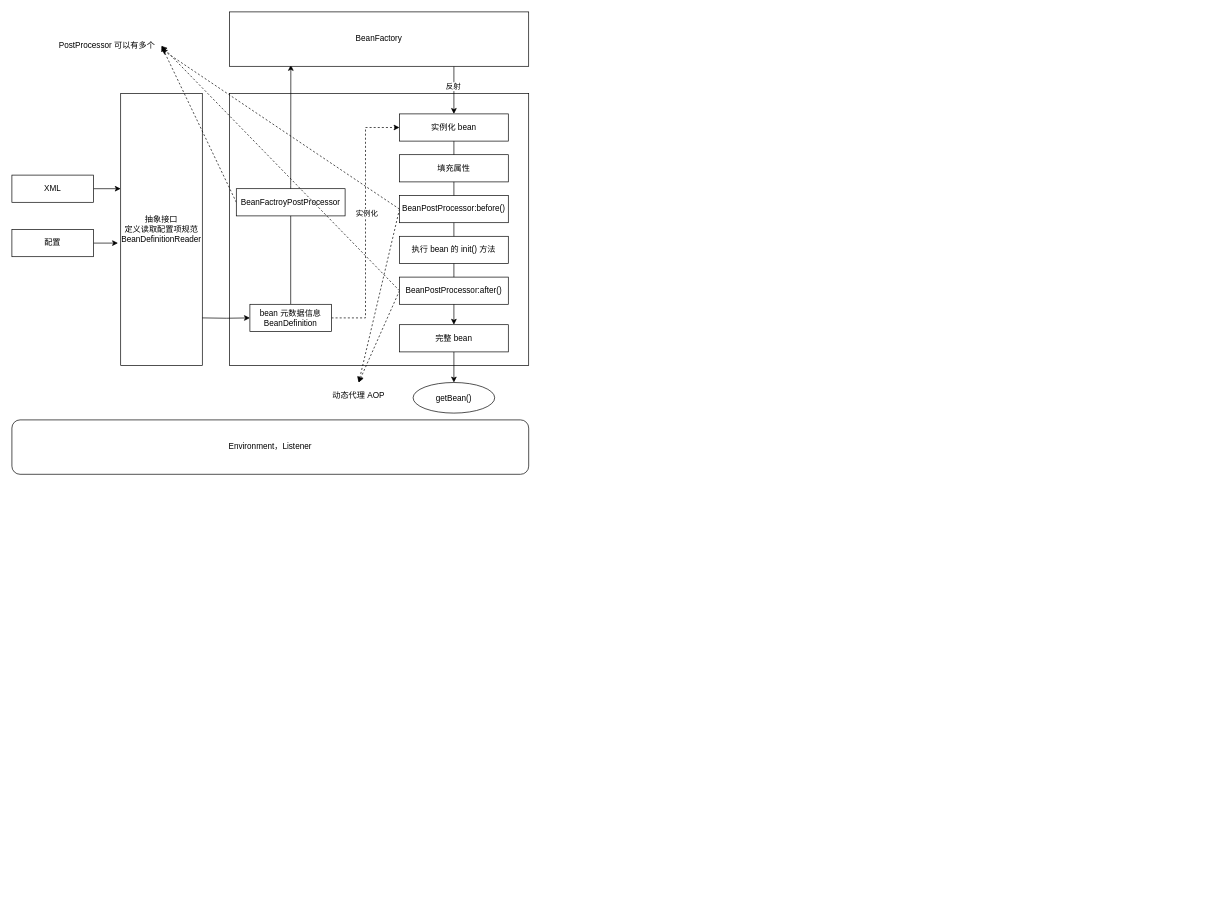
This is page "IoC" (1 of 2) of Java/Spring Framework.drawio from wubinglong9716/NoteBook, a draw.io file, before an edit. Source tidied: cells renumbered, new cells numbered last; positions are measured from the earlier drawing's top-left corner, leaving out a move shared by most shapes. Both pictures are drawn from the tidied source at 68%, with x=0, y=0 at pixel (12, 12).
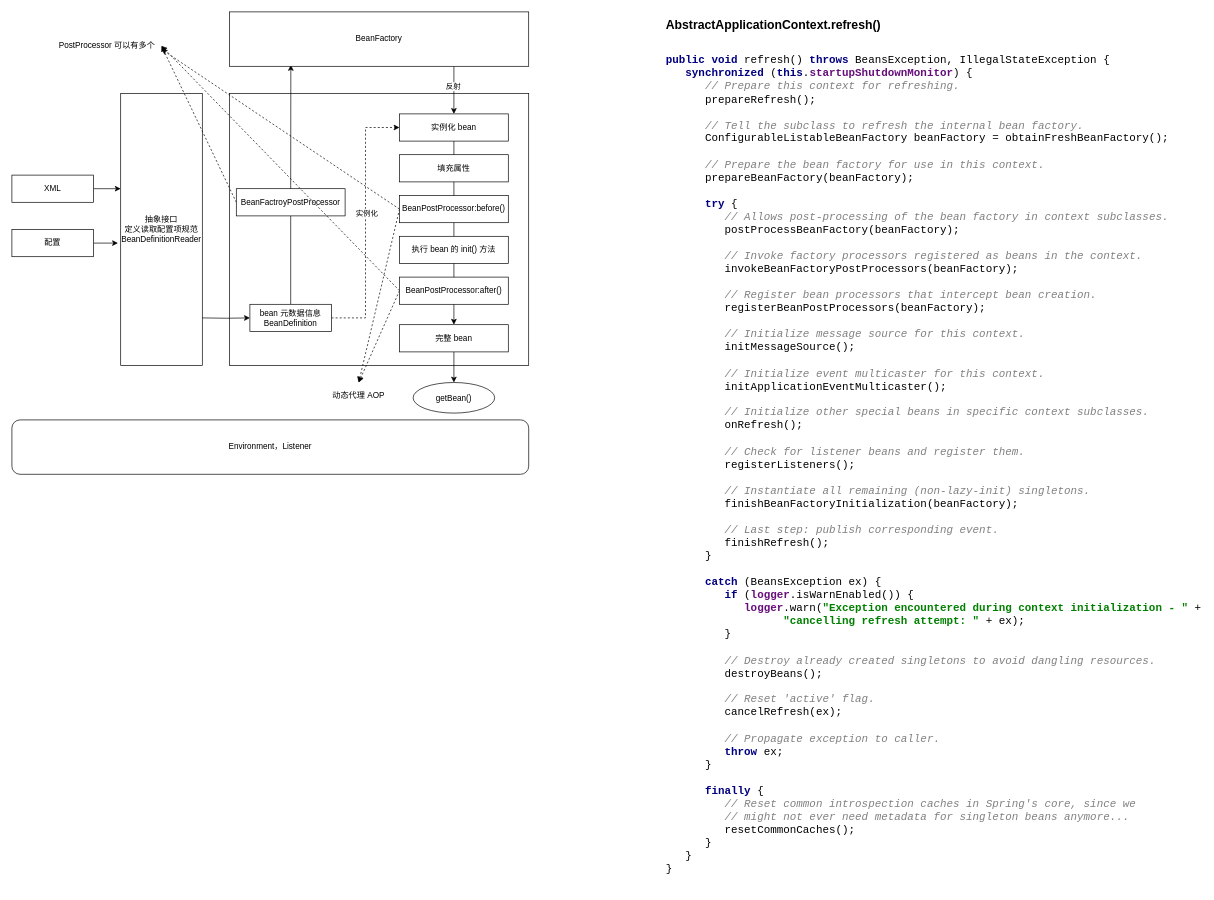
After the change.

Change to the diagram source:
```diff
@@
+    <mxCell id="34" value="&lt;pre style=&quot;background-color: #ffffff ; color: #000000 ; font-family: &amp;quot;courier&amp;quot; , monospace ; font-size: 12.0pt&quot;&gt;&lt;span style=&quot;color: #000080 ; font-weight: bold&quot;&gt;public void &lt;/span&gt;refresh() &lt;span style=&quot;color: #000080 ; font-weight: bold&quot;&gt;throws &lt;/span&gt;BeansException, IllegalStateException {&lt;br&gt;   &lt;span style=&quot;color: #000080 ; font-weight: bold&quot;&gt;synchronized &lt;/span&gt;(&lt;span style=&quot;color: #000080 ; font-weight: bold&quot;&gt;this&lt;/span&gt;.&lt;span style=&quot;color: #660e7a ; font-weight: bold&quot;&gt;startupShutdownMonitor&lt;/span&gt;) {&lt;br&gt;      &lt;span style=&quot;color: #808080 ; font-style: italic&quot;&gt;// Prepare this context for refreshing.&lt;br&gt;&lt;/span&gt;&lt;span style=&quot;color: #808080 ; font-style: italic&quot;&gt;      &lt;/span&gt;prepareRefresh();&lt;br&gt;&lt;br&gt;      &lt;span style=&quot;color: #808080 ; font-style: italic&quot;&gt;// Tell the subclass to refresh the internal bean factory.&lt;br&gt;&lt;/span&gt;&lt;span style=&quot;color: #808080 ; font-style: italic&quot;&gt;      &lt;/span&gt;ConfigurableListableBeanFactory beanFactory = obtainFreshBeanFactory();&lt;br&gt;&lt;br&gt;      &lt;span style=&quot;color: #808080 ; font-style: italic&quot;&gt;// Prepare the bean factory for use in this context.&lt;br&gt;&lt;/span&gt;&lt;span style=&quot;color: #808080 ; font-style: italic&quot;&gt;      &lt;/span&gt;prepareBeanFactory(beanFactory);&lt;br&gt;&lt;br&gt;      &lt;span style=&quot;color: #000080 ; font-weight: bold&quot;&gt;try &lt;/span&gt;{&lt;br&gt;         &lt;span style=&quot;color: #808080 ; font-style: italic&quot;&gt;// Allows post-processing of the bean factory in context subclasses.&lt;br&gt;&lt;/span&gt;&lt;span style=&quot;color: #808080 ; font-style: italic&quot;&gt;         &lt;/span&gt;postProcessBeanFactory(beanFactory);&lt;br&gt;&lt;br&gt;         &lt;span style=&quot;color: #808080 ; font-style: italic&quot;&gt;// Invoke factory processors registered as beans in the context.&lt;br&gt;&lt;/span&gt;&lt;span style=&quot;color: #808080 ; font-style: italic&quot;&gt;         &lt;/span&gt;invokeBeanFactoryPostProcessors(beanFactory);&lt;br&gt;&lt;br&gt;         &lt;span style=&quot;color: #808080 ; font-style: italic&quot;&gt;// Register bean processors that intercept bean creation.&lt;br&gt;&lt;/span&gt;&lt;span style=&quot;color: #808080 ; font-style: italic&quot;&gt;         &lt;/span&gt;registerBeanPostProcessors(beanFactory);&lt;br&gt;&lt;br&gt;         &lt;span style=&quot;color: #808080 ; font-style: italic&quot;&gt;// Initialize message source for this context.&lt;br&gt;&lt;/span&gt;&lt;span style=&quot;color: #808080 ; font-style: italic&quot;&gt;         &lt;/span&gt;initMessageSource();&lt;br&gt;&lt;br&gt;         &lt;span style=&quot;color: #808080 ; font-style: italic&quot;&gt;// Initialize event multicaster for this context.&lt;br&gt;&lt;/span&gt;&lt;span style=&quot;color: #808080 ; font-style: italic&quot;&gt;         &lt;/span&gt;initApplicationEventMulticaster();&lt;br&gt;&lt;br&gt;         &lt;span style=&quot;color: #808080 ; font-style: italic&quot;&gt;// Initialize other special beans in specific context subclasses.&lt;br&gt;&lt;/span&gt;&lt;span style=&quot;color: #808080 ; font-style: italic&quot;&gt;         &lt;/span&gt;onRefresh();&lt;br&gt;&lt;br&gt;         &lt;span style=&quot;color: #808080 ; font-style: italic&quot;&gt;// Check for listener beans and register them.&lt;br&gt;&lt;/span&gt;&lt;span style=&quot;color: #808080 ; font-style: italic&quot;&gt;         &lt;/span&gt;registerListeners();&lt;br&gt;&lt;br&gt;         &lt;span style=&quot;color: #808080 ; font-style: italic&quot;&gt;// Instantiate all remaining (non-lazy-init) singletons.&lt;br&gt;&lt;/span&gt;&lt;span style=&quot;color: #808080 ; font-style: italic&quot;&gt;         &lt;/span&gt;finishBeanFactoryInitialization(beanFactory);&lt;br&gt;&lt;br&gt;         &lt;span style=&quot;color: #808080 ; font-style: italic&quot;&gt;// Last step: publish corresponding event.&lt;br&gt;&lt;/span&gt;&lt;span style=&quot;color: #808080 ; font-style: italic&quot;&gt;         &lt;/span&gt;finishRefresh();&lt;br&gt;      }&lt;br&gt;&lt;br&gt;      &lt;span style=&quot;color: #000080 ; font-weight: bold&quot;&gt;catch &lt;/span&gt;(BeansException ex) {&lt;br&gt;         &lt;span style=&quot;color: #000080 ; font-weight: bold&quot;&gt;if &lt;/span&gt;(&lt;span style=&quot;color: #660e7a ; font-weight: bold&quot;&gt;logger&lt;/span&gt;.isWarnEnabled()) {&lt;br&gt;            &lt;span style=&quot;color: #660e7a ; font-weight: bold&quot;&gt;logger&lt;/span&gt;.warn(&lt;span style=&quot;color: #008000 ; font-weight: bold&quot;&gt;&quot;Exception encountered during context initialization - &quot; &lt;/span&gt;+&lt;br&gt;                  &lt;span style=&quot;color: #008000 ; font-weight: bold&quot;&gt;&quot;cancelling refresh attempt: &quot; &lt;/span&gt;+ ex);&lt;br&gt;         }&lt;br&gt;&lt;br&gt;         &lt;span style=&quot;color: #808080 ; font-style: italic&quot;&gt;// Destroy already created singletons to avoid dangling resources.&lt;br&gt;&lt;/span&gt;&lt;span style=&quot;color: #808080 ; font-style: italic&quot;&gt;         &lt;/span&gt;destroyBeans();&lt;br&gt;&lt;br&gt;         &lt;span style=&quot;color: #808080 ; font-style: italic&quot;&gt;// Reset 'active' flag.&lt;br&gt;&lt;/span&gt;&lt;span style=&quot;color: #808080 ; font-style: italic&quot;&gt;         &lt;/span&gt;cancelRefresh(ex);&lt;br&gt;&lt;br&gt;         &lt;span style=&quot;color: #808080 ; font-style: italic&quot;&gt;// Propagate exception to caller.&lt;br&gt;&lt;/span&gt;&lt;span style=&quot;color: #808080 ; font-style: italic&quot;&gt;         &lt;/span&gt;&lt;span style=&quot;color: #000080 ; font-weight: bold&quot;&gt;throw &lt;/span&gt;ex;&lt;br&gt;      }&lt;br&gt;&lt;br&gt;      &lt;span style=&quot;color: #000080 ; font-weight: bold&quot;&gt;finally &lt;/span&gt;{&lt;br&gt;         &lt;span style=&quot;color: #808080 ; font-style: italic&quot;&gt;// Reset common introspection caches in Spring's core, since we&lt;br&gt;&lt;/span&gt;&lt;span style=&quot;color: #808080 ; font-style: italic&quot;&gt;         // might not ever need metadata for singleton beans anymore...&lt;br&gt;&lt;/span&gt;&lt;span style=&quot;color: #808080 ; font-style: italic&quot;&gt;         &lt;/span&gt;resetCommonCaches();&lt;br&gt;      }&lt;br&gt;   }&lt;br&gt;}&lt;/pre&gt;" style="text;whiteSpace=wrap;html=1;" parent="1" vertex="1">
+      <mxGeometry x="960" y="40" width="790" height="1220" as="geometry" />
+    </mxCell>
+    <mxCell id="35" value="&lt;b&gt;&lt;font style=&quot;font-size: 18px&quot;&gt;AbstractApplicationContext.refresh()&lt;/font&gt;&lt;/b&gt;" style="text;html=1;strokeColor=none;fillColor=none;align=center;verticalAlign=middle;whiteSpace=wrap;rounded=0;" parent="1" vertex="1">
+      <mxGeometry x="960" width="320" height="40" as="geometry" />
+    </mxCell>
```
